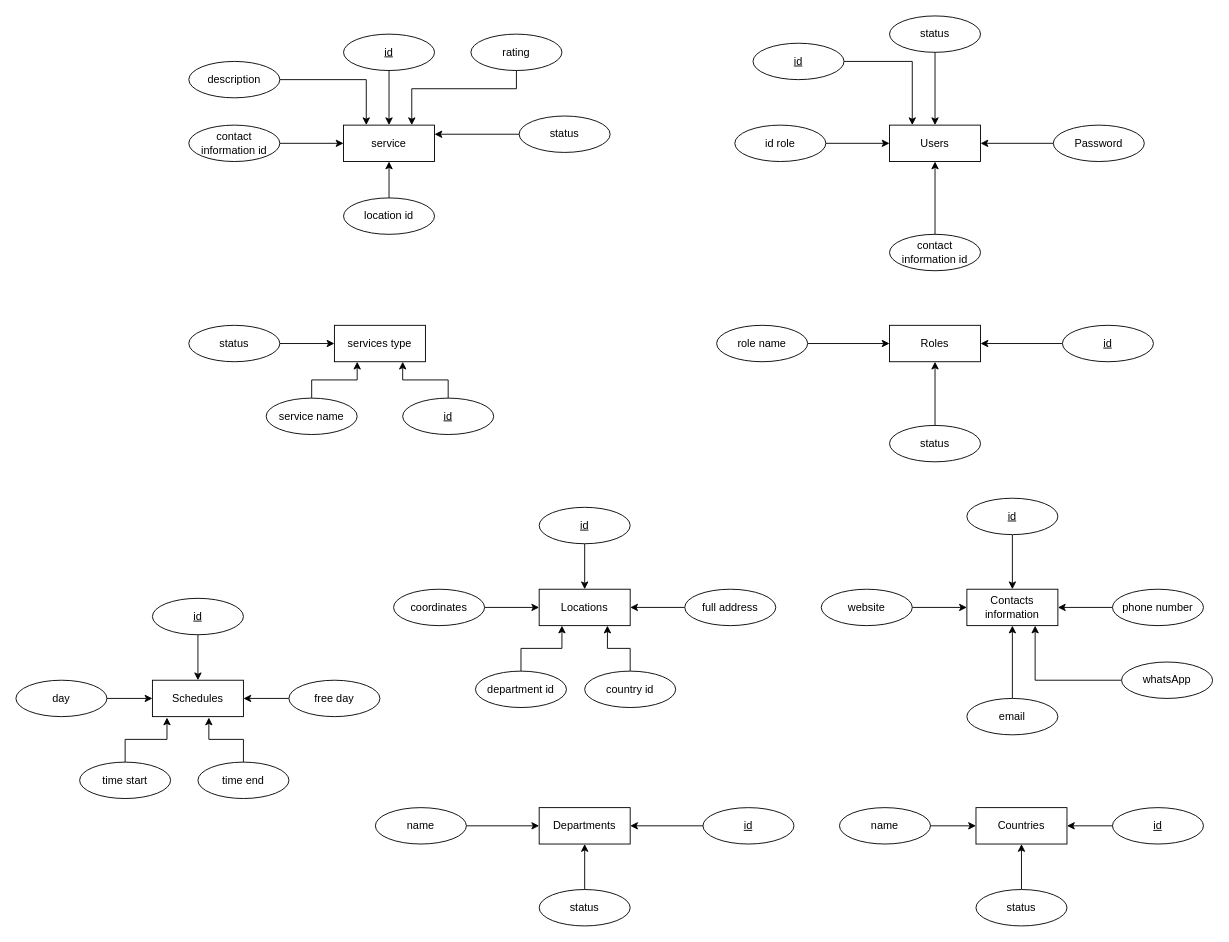
Above: caminoDiagrams/Untitled Diagram.drawio in DrDaxter/diagrams (draw.io), before the change. Source tidied: cells renumbered, new cells numbered last; positions are measured from the earlier drawing's top-left corner, leaving out a move shared by most shapes. Both pictures are drawn from the tidied source at 91%, with x=0, y=0 at pixel (15, 15).
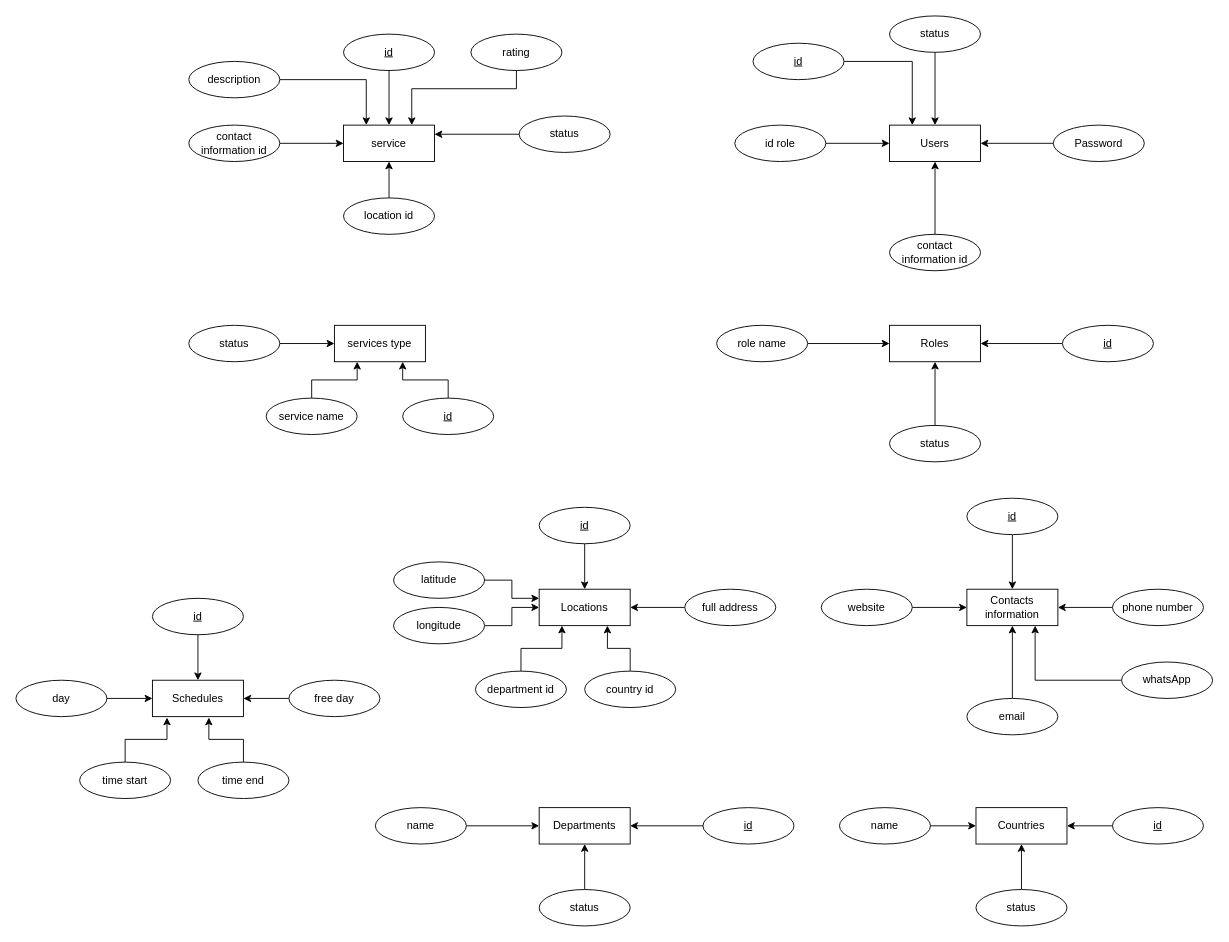
Above is the later version.

Commit message:
se agrego atributos de lat y lng en locations

Unchanged cells that the change refers to:
```xml
<mxCell id="52" value="Locations" style="whiteSpace=wrap;html=1;align=center;" parent="1" vertex="1">
  <mxGeometry x="575" y="630" width="100" height="40" as="geometry" />
</mxCell>
```

Diff of the diagram source:
```diff
@@
-    <mxCell id="57" style="edgeStyle=orthogonalEdgeStyle;rounded=0;jettySize=auto;html=1;" parent="1" edge="1" source="58" target="52">
+    <mxCell id="57" style="edgeStyle=orthogonalEdgeStyle;rounded=0;jettySize=auto;html=1;entryX=0;entryY=0.25;entryDx=0;entryDy=0;" parent="1" edge="1" source="58" target="52">
       <mxGeometry relative="1" as="geometry" />
     </mxCell>
-    <mxCell id="58" value="coordinates" style="ellipse;whiteSpace=wrap;html=1;align=center;" parent="1" vertex="1">
-      <mxGeometry x="415" y="630" width="100" height="40" as="geometry" />
+    <mxCell id="58" value="latitude" style="ellipse;whiteSpace=wrap;html=1;align=center;" parent="1" vertex="1">
+      <mxGeometry x="415" y="600" width="100" height="40" as="geometry" />
     </mxCell>
@@
+    <mxCell id="88" style="edgeStyle=orthogonalEdgeStyle;rounded=0;jettySize=auto;html=1;" parent="1" edge="1" source="89" target="52">
+      <mxGeometry relative="1" as="geometry" />
+    </mxCell>
+    <mxCell id="89" value="longitude" style="ellipse;whiteSpace=wrap;html=1;align=center;" parent="1" vertex="1">
+      <mxGeometry x="415" y="650" width="100" height="40" as="geometry" />
+    </mxCell>
```
